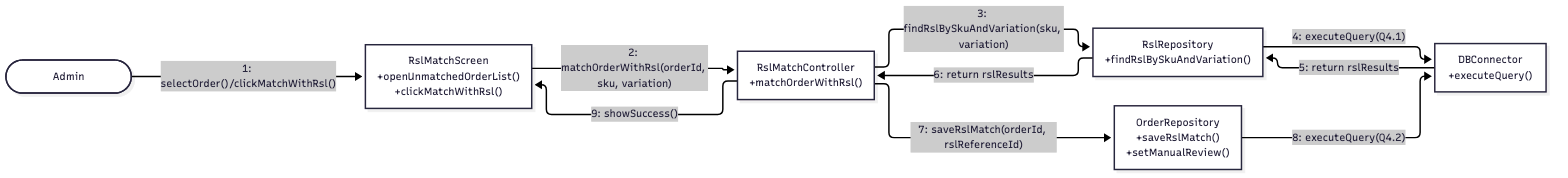
The Mermaid diagram 03-chapter2-use-case-descriptions/diagrams/png/1S-collaboration.png in xbpkdi/321-sa-proj, before a commit. Its source is kept beside it as 03-chapter2-use-case-descriptions/diagrams/mmd/1S-collaboration.mmd. Source of this version:
```mermaid
%%{init: {'flowchart': {'nodeSpacing': 50, 'rankSpacing': 90, 'curve': 'linear'}}}%%
graph LR
    Admin(["Admin"])
    Screen["RslMatchScreen<br/>+openUnmatchedOrderList()<br/>+clickMatchWithRsl()"]
    RMC["RslMatchController<br/>+matchOrderWithRsl()"]
    RslRepo["RslRepository<br/>+findRslBySkuAndVariation()"]
    OrderRepo["OrderRepository<br/>+saveRslMatch()<br/>+setManualReview()"]
    DB["DBConnector<br/>+executeQuery()"]

    Admin -->|"1: selectOrder()/clickMatchWithRsl()"| Screen
    Screen -->|"2: matchOrderWithRsl(orderId, sku, variation)"| RMC
    RMC -->|"3: findRslBySkuAndVariation(sku, variation)"| RslRepo
    RslRepo -->|"4: executeQuery(Q4.1)"| DB
    DB -->|"5: return rslResults"| RslRepo
    RslRepo -->|"6: return rslResults"| RMC
    RMC -->|"7: saveRslMatch(orderId, rslReferenceId)"| OrderRepo
    OrderRepo -->|"8: executeQuery(Q4.2)"| DB
    RMC -->|"9: showSuccess()"| Screen
```
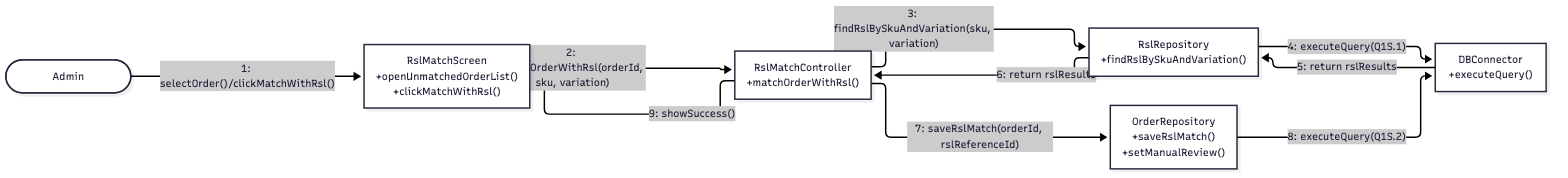
The same file after the commit.

Diff of the diagram source:
```diff
@@ -10,9 +10,9 @@
     Admin -->|"1: selectOrder()/clickMatchWithRsl()"| Screen
     Screen -->|"2: matchOrderWithRsl(orderId, sku, variation)"| RMC
     RMC -->|"3: findRslBySkuAndVariation(sku, variation)"| RslRepo
-    RslRepo -->|"4: executeQuery(Q4.1)"| DB
+    RslRepo -->|"4: executeQuery(Q1S.1)"| DB
     DB -->|"5: return rslResults"| RslRepo
     RslRepo -->|"6: return rslResults"| RMC
     RMC -->|"7: saveRslMatch(orderId, rslReferenceId)"| OrderRepo
-    OrderRepo -->|"8: executeQuery(Q4.2)"| DB
+    OrderRepo -->|"8: executeQuery(Q1S.2)"| DB
     RMC -->|"9: showSuccess()"| Screen
```
